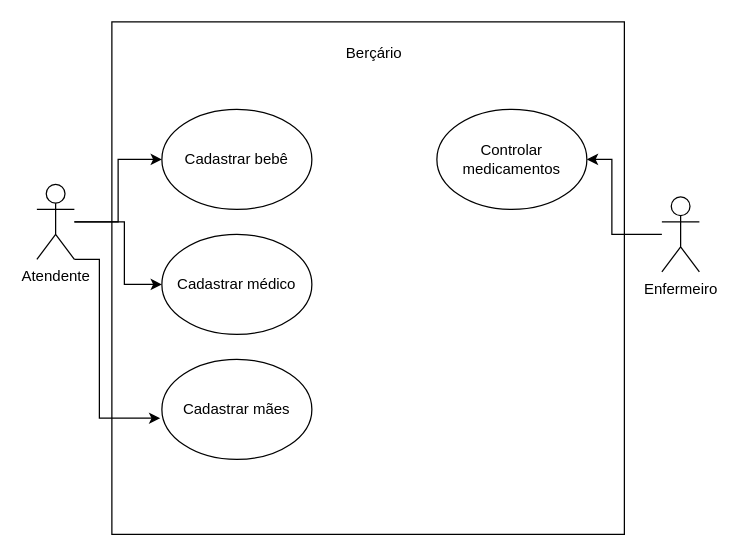
guioliveirx/Portfolio keeps this draw.io diagram as Diagrama sem nome.drawio. Above is the earlier version. Source tidied: cells renumbered, new cells numbered last; positions are measured from the earlier drawing's top-left corner, leaving out a move shared by most shapes. Both pictures are drawn from the tidied source at 125%, with x=0, y=0 at pixel (36, 21).
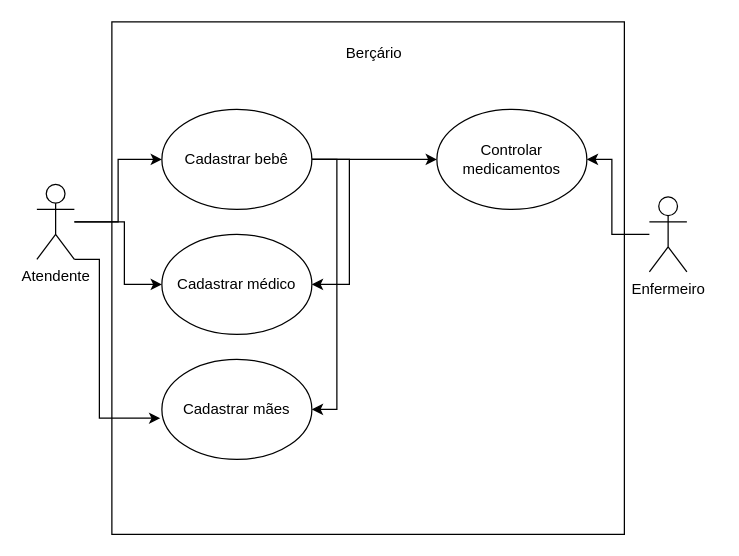
After the change.

The change refers to these unchanged cells:
```xml
<mxCell id="4" value="Cadastrar bebê" style="ellipse;whiteSpace=wrap;html=1;" parent="1" vertex="1">
  <mxGeometry x="100" y="70" width="120" height="80" as="geometry" />
</mxCell>
<mxCell id="5" value="Cadastrar médico" style="ellipse;whiteSpace=wrap;html=1;" parent="1" vertex="1">
  <mxGeometry x="100" y="170" width="120" height="80" as="geometry" />
</mxCell>
<mxCell id="6" value="Cadastrar mães" style="ellipse;whiteSpace=wrap;html=1;" parent="1" vertex="1">
  <mxGeometry x="100" y="270" width="120" height="80" as="geometry" />
</mxCell>
<mxCell id="7" value="Controlar medicamentos" style="ellipse;whiteSpace=wrap;html=1;" parent="1" vertex="1">
  <mxGeometry x="320" y="70" width="120" height="80" as="geometry" />
</mxCell>
```

What changed in the source:
```diff
@@
+    <mxCell id="14" style="edgeStyle=orthogonalEdgeStyle;rounded=0;jettySize=auto;html=1;entryX=1;entryY=0.5;entryDx=0;entryDy=0;exitX=1;exitY=0.5;exitDx=0;exitDy=0;" parent="1" edge="1" source="4" target="5">
+      <mxGeometry relative="1" as="geometry" />
+    </mxCell>
+    <mxCell id="15" style="edgeStyle=orthogonalEdgeStyle;rounded=0;jettySize=auto;html=1;entryX=1;entryY=0.5;entryDx=0;entryDy=0;" parent="1" edge="1" source="4" target="6">
+      <mxGeometry relative="1" as="geometry">
+        <Array as="points">
+          <mxPoint x="250" y="110" />
+          <mxPoint x="250" y="210" />
+          <mxPoint x="240" y="210" />
+          <mxPoint x="240" y="310" />
+        </Array>
+      </mxGeometry>
+    </mxCell>
+    <mxCell id="16" style="edgeStyle=orthogonalEdgeStyle;rounded=0;jettySize=auto;html=1;entryX=0;entryY=0.5;entryDx=0;entryDy=0;" parent="1" edge="1" source="4" target="7">
+      <mxGeometry relative="1" as="geometry" />
+    </mxCell>
@@
     <mxCell id="13" value="Enfermeiro" style="shape=umlActor;verticalLabelPosition=bottom;verticalAlign=top;html=1;outlineConnect=0;" parent="1" vertex="1">
-      <mxGeometry x="500" y="140" width="30" height="60" as="geometry" />
+      <mxGeometry x="490" y="140" width="30" height="60" as="geometry" />
     </mxCell>
```
